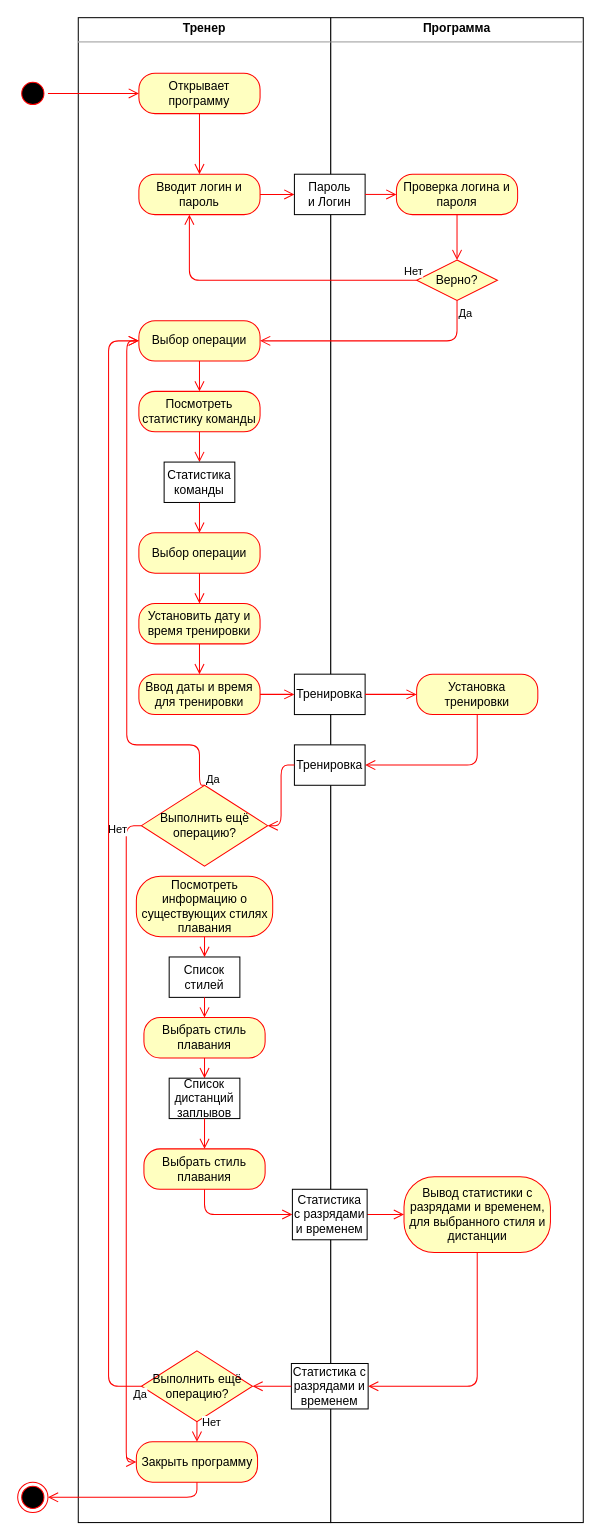
This is business_process_diagram.drawio from hardlywave/PPVIS, a draw.io file, before an edit. Source tidied: cells renumbered, new cells numbered last; positions are measured from the earlier drawing's top-left corner, leaving out a move shared by most shapes. Both pictures are drawn from the tidied source at 101%, with x=0, y=0 at pixel (17, 17).
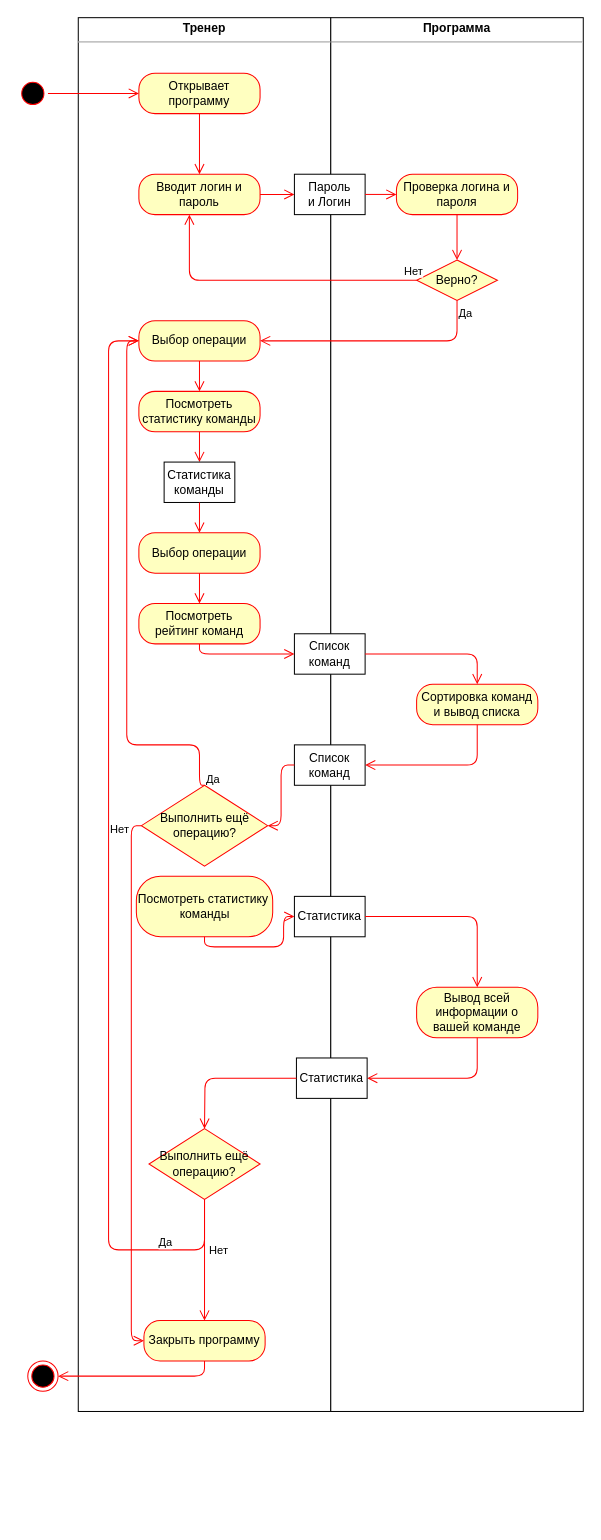
The same diagram, later.

Unchanged cells that the change refers to:
```xml
<mxCell id="15" value="Выбор операции" style="rounded=1;whiteSpace=wrap;html=1;arcSize=40;fontColor=#000000;fillColor=#ffffc0;strokeColor=#ff0000;" parent="1" vertex="1">
  <mxGeometry x="120" y="300" width="120" height="40" as="geometry" />
</mxCell>
```

What changed in the source:
```diff
@@
     <mxCell id="2" value="&lt;p style=&quot;margin: 0px ; margin-top: 4px ; text-align: center&quot;&gt;&lt;b&gt;Тренер&lt;/b&gt;&lt;/p&gt;&lt;hr size=&quot;1&quot;&gt;&lt;div style=&quot;height: 2px&quot;&gt;&lt;/div&gt;" style="verticalAlign=top;align=left;overflow=fill;fontSize=12;fontFamily=Helvetica;html=1;" parent="1" vertex="1">
-      <mxGeometry x="60" width="250" height="1490" as="geometry" />
+      <mxGeometry x="60" width="250" height="1380" as="geometry" />
     </mxCell>
     <mxCell id="3" value="&lt;p style=&quot;margin: 0px ; margin-top: 4px ; text-align: center&quot;&gt;&lt;b&gt;Программа&lt;/b&gt;&lt;/p&gt;&lt;hr size=&quot;1&quot;&gt;&lt;div style=&quot;height: 2px&quot;&gt;&lt;/div&gt;" style="verticalAlign=top;align=left;overflow=fill;fontSize=12;fontFamily=Helvetica;html=1;" parent="1" vertex="1">
-      <mxGeometry x="310" width="250" height="1490" as="geometry" />
+      <mxGeometry x="310" width="250" height="1380" as="geometry" />
     </mxCell>
@@
-    <mxCell id="18" value="Установить дату и время тренировки" style="rounded=1;whiteSpace=wrap;html=1;arcSize=40;fontColor=#000000;fillColor=#ffffc0;strokeColor=#ff0000;" parent="1" vertex="1">
+    <mxCell id="18" value="Посмотреть&lt;br&gt;рейтинг команд" style="rounded=1;whiteSpace=wrap;html=1;arcSize=40;fontColor=#000000;fillColor=#ffffc0;strokeColor=#ff0000;" parent="1" vertex="1">
       <mxGeometry x="120" y="580" width="120" height="40" as="geometry" />
     </mxCell>
@@
-    <mxCell id="20" value="Ввод даты и время для тренировки" style="rounded=1;whiteSpace=wrap;html=1;arcSize=40;fontColor=#000000;fillColor=#ffffc0;strokeColor=#ff0000;" parent="1" vertex="1">
-      <mxGeometry x="120" y="650" width="120" height="40" as="geometry" />
-    </mxCell>
-    <mxCell id="21" value="Тренировка" style="rounded=0;whiteSpace=wrap;html=1;" parent="1" vertex="1">
-      <mxGeometry x="274" y="650" width="70" height="40" as="geometry" />
+    <mxCell id="21" value="Список&lt;br&gt;команд" style="rounded=0;whiteSpace=wrap;html=1;" parent="1" vertex="1">
+      <mxGeometry x="274" y="610" width="70" height="40" as="geometry" />
     </mxCell>
-    <mxCell id="22" style="edgeStyle=orthogonalEdgeStyle;html=1;verticalAlign=bottom;endArrow=open;endSize=8;strokeColor=#ff0000;exitX=1;exitY=0.5;exitDx=0;exitDy=0;entryX=0;entryY=0.5;entryDx=0;entryDy=0;" parent="1" edge="1" source="20" target="21">
-      <mxGeometry relative="1" as="geometry" />
-    </mxCell>
-    <mxCell id="23" value="Установка тренировки" style="rounded=1;whiteSpace=wrap;html=1;arcSize=40;fontColor=#000000;fillColor=#ffffc0;strokeColor=#ff0000;" parent="1" vertex="1">
-      <mxGeometry x="395" y="650" width="120" height="40" as="geometry" />
+    <mxCell id="23" value="Сортировка команд&lt;br&gt;и вывод списка" style="rounded=1;whiteSpace=wrap;html=1;arcSize=40;fontColor=#000000;fillColor=#ffffc0;strokeColor=#ff0000;" parent="1" vertex="1">
+      <mxGeometry x="395" y="660" width="120" height="40" as="geometry" />
     </mxCell>
-    <mxCell id="24" style="edgeStyle=orthogonalEdgeStyle;html=1;verticalAlign=bottom;endArrow=open;endSize=8;strokeColor=#ff0000;exitX=1;exitY=0.5;exitDx=0;exitDy=0;" parent="1" edge="1" source="21" target="23">
+    <mxCell id="24" style="edgeStyle=orthogonalEdgeStyle;html=1;verticalAlign=bottom;endArrow=open;endSize=8;strokeColor=#ff0000;exitX=1;exitY=0.5;exitDx=0;exitDy=0;entryX=0.5;entryY=0;entryDx=0;entryDy=0;" parent="1" edge="1" source="21" target="23">
       <mxGeometry relative="1" as="geometry" />
     </mxCell>
-    <mxCell id="25" style="edgeStyle=orthogonalEdgeStyle;html=1;verticalAlign=bottom;endArrow=open;endSize=8;strokeColor=#ff0000;exitX=0.5;exitY=1;exitDx=0;exitDy=0;" parent="1" edge="1" source="18" target="20">
+    <mxCell id="25" style="edgeStyle=orthogonalEdgeStyle;html=1;verticalAlign=bottom;endArrow=open;endSize=8;strokeColor=#ff0000;exitX=0.5;exitY=1;exitDx=0;exitDy=0;" parent="1" edge="1" source="18" target="21">
       <mxGeometry relative="1" as="geometry" />
     </mxCell>
-    <mxCell id="26" value="Тренировка" style="rounded=0;whiteSpace=wrap;html=1;" parent="1" vertex="1">
+    <mxCell id="26" value="Список команд" style="rounded=0;whiteSpace=wrap;html=1;" parent="1" vertex="1">
       <mxGeometry x="274" y="720" width="70" height="40" as="geometry" />
     </mxCell>
@@
     <mxCell id="32" value="Закрыть программу" style="rounded=1;whiteSpace=wrap;html=1;arcSize=40;fontColor=#000000;fillColor=#ffffc0;strokeColor=#ff0000;" parent="1" vertex="1">
-      <mxGeometry x="117.5" y="1410" width="120" height="40" as="geometry" />
+      <mxGeometry x="125" y="1290" width="120" height="40" as="geometry" />
     </mxCell>
     <mxCell id="33" style="ellipse;html=1;shape=endState;fillColor=#000000;strokeColor=#ff0000;" parent="1" vertex="1">
-      <mxGeometry y="1450" width="30" height="30" as="geometry" />
+      <mxGeometry x="10" y="1330" width="30" height="30" as="geometry" />
     </mxCell>
@@
-    <mxCell id="41" value="Посмотреть информацию о существующих стилях плавания" style="rounded=1;whiteSpace=wrap;html=1;arcSize=40;fontColor=#000000;fillColor=#ffffc0;strokeColor=#ff0000;" parent="1" vertex="1">
+    <mxCell id="41" value="Посмотреть статистику&amp;nbsp;&lt;br&gt;команды" style="rounded=1;whiteSpace=wrap;html=1;arcSize=40;fontColor=#000000;fillColor=#ffffc0;strokeColor=#ff0000;" parent="1" vertex="1">
       <mxGeometry x="117.5" y="850" width="135" height="60" as="geometry" />
     </mxCell>
-    <mxCell id="42" value="Выбрать стиль плавания" style="rounded=1;whiteSpace=wrap;html=1;arcSize=40;fontColor=#000000;fillColor=#ffffc0;strokeColor=#ff0000;" parent="1" vertex="1">
-      <mxGeometry x="125" y="990" width="120" height="40" as="geometry" />
+    <mxCell id="42" value="Вывод всей информации о вашей команде" style="rounded=1;whiteSpace=wrap;html=1;arcSize=40;fontColor=#000000;fillColor=#ffffc0;strokeColor=#ff0000;" parent="1" vertex="1">
+      <mxGeometry x="395" y="960" width="120" height="50" as="geometry" />
     </mxCell>
-    <mxCell id="43" value="Вывод статистики с разрядами и временем, для выбранного стиля и дистанции" style="rounded=1;whiteSpace=wrap;html=1;arcSize=40;fontColor=#000000;fillColor=#ffffc0;strokeColor=#ff0000;" parent="1" vertex="1">
-      <mxGeometry x="382.5" y="1147.5" width="145" height="75" as="geometry" />
-    </mxCell>
-    <mxCell id="44" value="Статистика с разрядами и временем" style="rounded=0;whiteSpace=wrap;html=1;" parent="1" vertex="1">
-      <mxGeometry x="271" y="1332.5" width="76" height="45" as="geometry" />
-    </mxCell>
-    <mxCell id="45" value="Список стилей" style="rounded=0;whiteSpace=wrap;html=1;" parent="1" vertex="1">
-      <mxGeometry x="150" y="930" width="70" height="40" as="geometry" />
+    <mxCell id="45" value="Статистика" style="rounded=0;whiteSpace=wrap;html=1;" parent="1" vertex="1">
+      <mxGeometry x="274" y="870" width="70" height="40" as="geometry" />
     </mxCell>
     <mxCell id="46" value="Выполнить ещё операцию?" style="rhombus;whiteSpace=wrap;html=1;fillColor=#ffffc0;strokeColor=#ff0000;" parent="1" vertex="1">
-      <mxGeometry x="122.5" y="1320" width="110" height="70" as="geometry" />
+      <mxGeometry x="130" y="1100" width="110" height="70" as="geometry" />
     </mxCell>
@@
     <mxCell id="48" value="Да" style="edgeStyle=orthogonalEdgeStyle;html=1;align=left;verticalAlign=top;endArrow=open;endSize=8;strokeColor=#ff0000;entryX=0;entryY=0.5;entryDx=0;entryDy=0;" parent="1" edge="1" source="46" target="15">
-      <mxGeometry x="-0.98" y="-5" relative="1" as="geometry">
+      <mxGeometry x="-0.82" y="-20" relative="1" as="geometry">
         <Array as="points">
-          <mxPoint x="90" y="1355" />
+          <mxPoint x="185" y="1220" />
+          <mxPoint x="90" y="1220" />
           <mxPoint x="90" y="320" />
         </Array>
-        <mxPoint x="1" as="offset" />
       </mxGeometry>
     </mxCell>
@@
-    <mxCell id="50" style="edgeStyle=orthogonalEdgeStyle;html=1;verticalAlign=bottom;endArrow=open;endSize=8;strokeColor=#ff0000;entryX=0.5;entryY=0;entryDx=0;entryDy=0;exitX=0.5;exitY=1;exitDx=0;exitDy=0;" parent="1" edge="1" source="45" target="42">
+    <mxCell id="50" style="edgeStyle=orthogonalEdgeStyle;html=1;verticalAlign=bottom;endArrow=open;endSize=8;strokeColor=#ff0000;entryX=0.5;entryY=0;entryDx=0;entryDy=0;" parent="1" edge="1" source="45" target="42">
       <mxGeometry relative="1" as="geometry" />
     </mxCell>
-    <mxCell id="51" style="edgeStyle=orthogonalEdgeStyle;html=1;verticalAlign=bottom;endArrow=open;endSize=8;strokeColor=#ff0000;entryX=0.5;entryY=0;entryDx=0;entryDy=0;" parent="1" edge="1" source="42" target="56">
+    <mxCell id="51" style="edgeStyle=orthogonalEdgeStyle;html=1;verticalAlign=bottom;endArrow=open;endSize=8;strokeColor=#ff0000;entryX=1;entryY=0.5;entryDx=0;entryDy=0;exitX=0.5;exitY=1;exitDx=0;exitDy=0;" parent="1" edge="1" source="42" target="56">
       <mxGeometry relative="1" as="geometry" />
     </mxCell>
-    <mxCell id="52" style="edgeStyle=orthogonalEdgeStyle;html=1;verticalAlign=bottom;endArrow=open;endSize=8;strokeColor=#ff0000;entryX=0;entryY=0.5;entryDx=0;entryDy=0;exitX=0.5;exitY=1;exitDx=0;exitDy=0;" parent="1" edge="1" source="57" target="59">
-      <mxGeometry relative="1" as="geometry" />
-    </mxCell>
-    <mxCell id="53" style="edgeStyle=orthogonalEdgeStyle;html=1;verticalAlign=bottom;endArrow=open;endSize=8;strokeColor=#ff0000;exitX=1;exitY=0.5;exitDx=0;exitDy=0;" parent="1" edge="1" source="59" target="43">
-      <mxGeometry relative="1" as="geometry" />
-    </mxCell>
-    <mxCell id="54" style="edgeStyle=orthogonalEdgeStyle;html=1;verticalAlign=bottom;endArrow=open;endSize=8;strokeColor=#ff0000;exitX=0.5;exitY=1;exitDx=0;exitDy=0;entryX=1;entryY=0.5;entryDx=0;entryDy=0;" parent="1" edge="1" source="43" target="44">
-      <mxGeometry relative="1" as="geometry" />
-    </mxCell>
-    <mxCell id="55" style="edgeStyle=orthogonalEdgeStyle;html=1;verticalAlign=bottom;endArrow=open;endSize=8;strokeColor=#ff0000;entryX=1;entryY=0.5;entryDx=0;entryDy=0;" parent="1" edge="1" source="44" target="46">
-      <mxGeometry relative="1" as="geometry" />
-    </mxCell>
-    <mxCell id="56" value="Список дистанций заплывов" style="rounded=0;whiteSpace=wrap;html=1;" parent="1" vertex="1">
-      <mxGeometry x="150" y="1050" width="70" height="40" as="geometry" />
+    <mxCell id="56" value="Статистика" style="rounded=0;whiteSpace=wrap;html=1;" parent="1" vertex="1">
+      <mxGeometry x="276" y="1030" width="70" height="40" as="geometry" />
     </mxCell>
-    <mxCell id="57" value="Выбрать стиль плавания" style="rounded=1;whiteSpace=wrap;html=1;arcSize=40;fontColor=#000000;fillColor=#ffffc0;strokeColor=#ff0000;" parent="1" vertex="1">
-      <mxGeometry x="125" y="1120" width="120" height="40" as="geometry" />
-    </mxCell>
-    <mxCell id="58" style="edgeStyle=orthogonalEdgeStyle;html=1;verticalAlign=bottom;endArrow=open;endSize=8;strokeColor=#ff0000;entryX=0.5;entryY=0;entryDx=0;entryDy=0;" parent="1" edge="1" source="56" target="57">
-      <mxGeometry relative="1" as="geometry" />
+    <mxCell id="58" style="edgeStyle=orthogonalEdgeStyle;html=1;verticalAlign=bottom;endArrow=open;endSize=8;strokeColor=#ff0000;entryX=0.5;entryY=0;entryDx=0;entryDy=0;" parent="1" edge="1" source="56">
+      <mxGeometry relative="1" as="geometry">
+        <mxPoint x="185" y="1100" as="targetPoint" />
+      </mxGeometry>
     </mxCell>
-    <mxCell id="59" value="Статистика с разрядами и временем" style="rounded=0;whiteSpace=wrap;html=1;" parent="1" vertex="1">
-      <mxGeometry x="272" y="1160" width="74" height="50" as="geometry" />
-    </mxCell>
```
